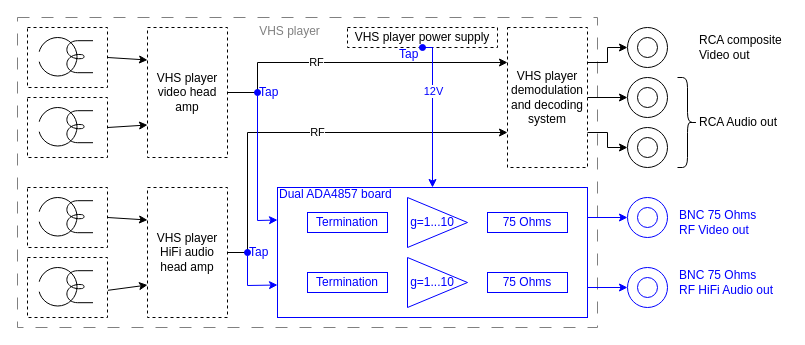
Above: system-diagram.drawio in rianhunter/blah2 (draw.io), before the change. Source tidied: cells renumbered, new cells numbered last; positions are measured from the earlier drawing's top-left corner, leaving out a move shared by most shapes. Both pictures are drawn from the tidied source at 100%, with x=0, y=0 at pixel (17, 17).
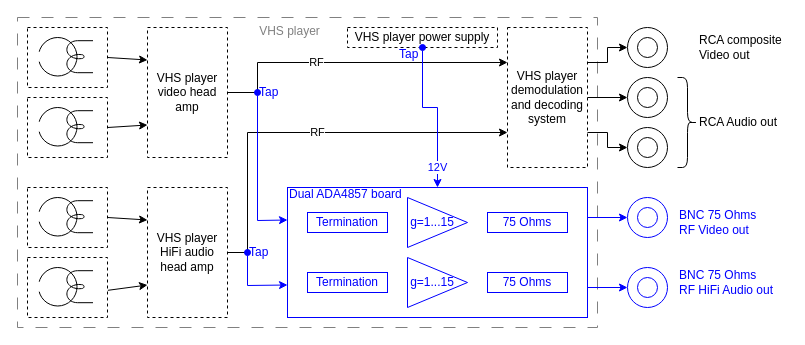
The same page after the edit.

Unchanged cells that the change refers to:
```xml
<mxCell id="28" value="VHS player power supply" style="rounded=0;whiteSpace=wrap;html=1;dashed=1;" parent="3" vertex="1">
  <mxGeometry x="330" y="10" width="150" height="20" as="geometry" />
</mxCell>
```

Diff of the diagram source:
```diff
@@
     <mxCell id="4" value="Dual ADA4857 board" style="rounded=0;whiteSpace=wrap;html=1;strokeColor=#0000FF;align=left;verticalAlign=top;spacingTop=-7;fontColor=#0000FF;" parent="3" vertex="1">
-      <mxGeometry x="260" y="170" width="310" height="130" as="geometry" />
+      <mxGeometry x="270" y="170" width="300" height="130" as="geometry" />
     </mxCell>
@@
     <mxCell id="37" value="12V" style="endArrow=classic;html=1;rounded=0;exitX=0.5;exitY=1;exitDx=0;exitDy=0;entryX=0.5;entryY=0;entryDx=0;entryDy=0;strokeColor=#0000FF;fontColor=#0000FF;startArrow=oval;startFill=1;" parent="3" edge="1" source="28" target="4">
-      <mxGeometry x="-0.28" y="1" relative="1" as="geometry">
+      <mxGeometry x="0.74" relative="1" as="geometry">
         <Array as="points">
-          <mxPoint x="415" y="30" />
+          <mxPoint x="405" y="90" />
+          <mxPoint x="420" y="90" />
         </Array>
       </mxGeometry>
     </mxCell>
-    <mxCell id="38" value="g=1...10&amp;nbsp; &amp;nbsp;" style="triangle;whiteSpace=wrap;html=1;strokeColor=#0000FF;fontColor=#0000FF;" parent="3" vertex="1">
+    <mxCell id="38" value="g=1...15&amp;nbsp; &amp;nbsp;" style="triangle;whiteSpace=wrap;html=1;strokeColor=#0000FF;fontColor=#0000FF;" parent="3" vertex="1">
       <mxGeometry x="390" y="180" width="60" height="50" as="geometry" />
     </mxCell>
@@
-    <mxCell id="41" value="g=1...10&amp;nbsp; &amp;nbsp;" style="triangle;whiteSpace=wrap;html=1;strokeColor=#0000FF;fontColor=#0000FF;" parent="3" vertex="1">
+    <mxCell id="41" value="g=1...15&amp;nbsp; &amp;nbsp;" style="triangle;whiteSpace=wrap;html=1;strokeColor=#0000FF;fontColor=#0000FF;" parent="3" vertex="1">
       <mxGeometry x="390" y="240" width="60" height="50" as="geometry" />
     </mxCell>
```
